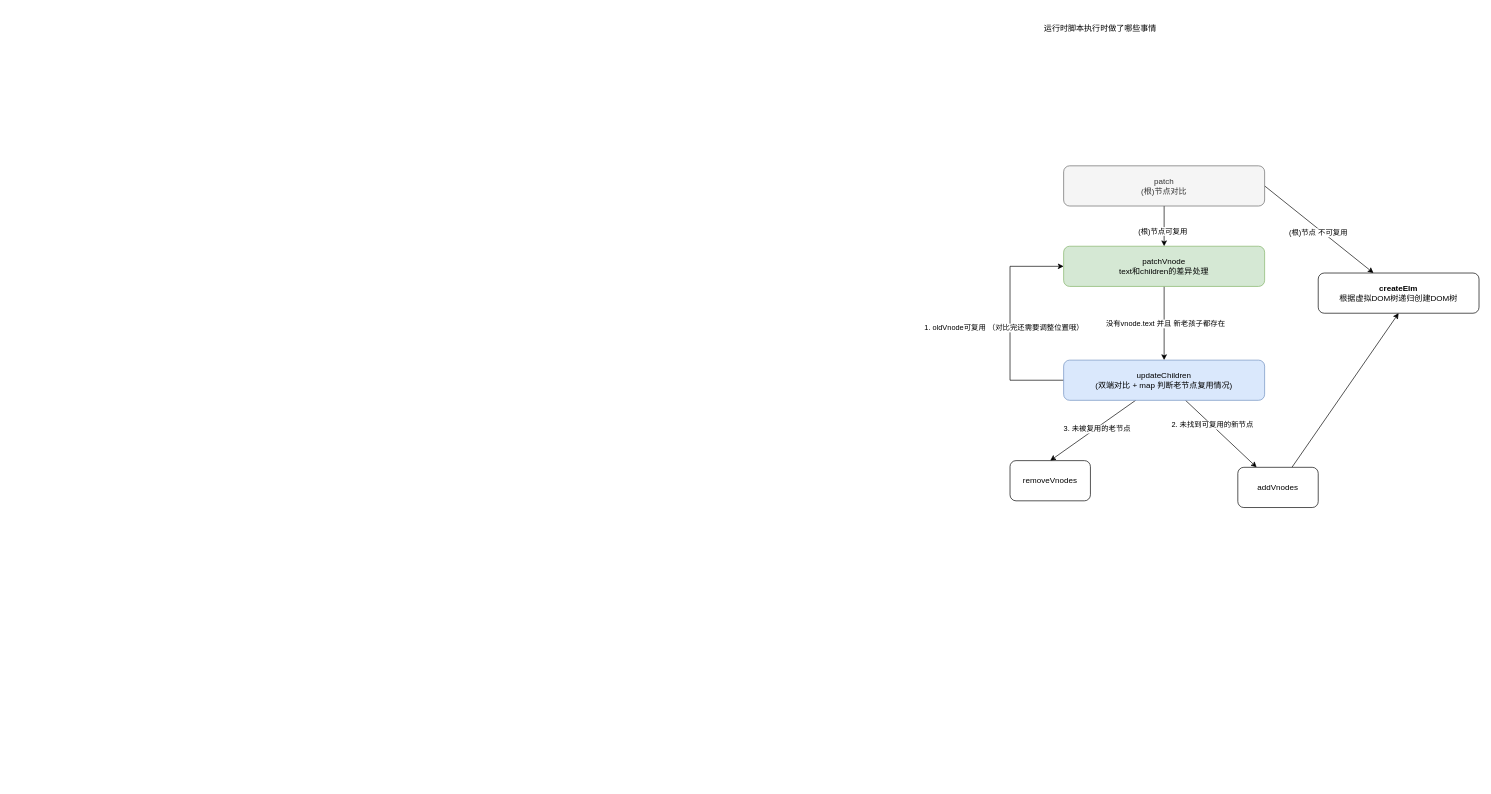
Before: drawio-graph/vue-2.6.11.drawio in yusongjohn/blog, a draw.io diagram. Source tidied: cells renumbered, new cells numbered last; positions are measured from the earlier drawing's top-left corner, leaving out a move shared by most shapes. Both pictures are drawn from the tidied source at 67%, with x=0, y=0 at pixel (1010, 11).
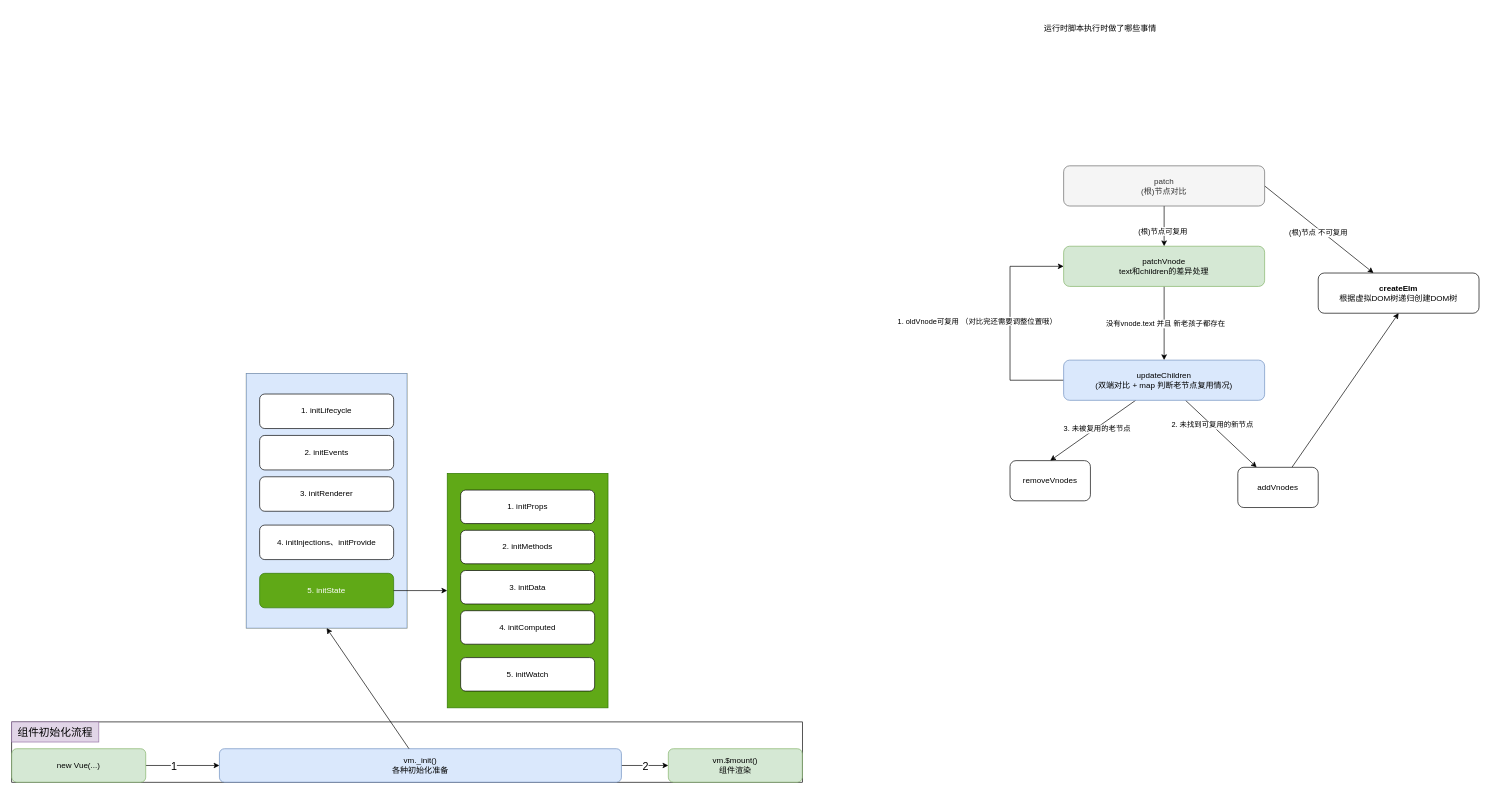
After the change.

The change refers to these unchanged cells:
```xml
<mxCell id="11" style="edgeStyle=orthogonalEdgeStyle;rounded=0;jettySize=auto;html=1;entryX=0;entryY=0.5;entryDx=0;entryDy=0;" parent="1" edge="1" source="17" target="10">
  <mxGeometry relative="1" as="geometry">
    <Array as="points">
      <mxPoint y="550" />
      <mxPoint y="380" />
    </Array>
  </mxGeometry>
</mxCell>
```

Change to the diagram source:
```diff
@@
+    <mxCell id="22" style="rounded=0;whiteSpace=wrap;html=1;labelBackgroundColor=none;fontSize=16;" parent="1" vertex="1">
+      <mxGeometry x="-1490" y="1060" width="1180" height="90" as="geometry" />
+    </mxCell>
@@
     <mxCell id="12" value="1. oldVnode可复用 （对比完还需要调整位置哦）" style="edgeLabel;html=1;align=center;verticalAlign=middle;" parent="11" vertex="1">
       <mxGeometry x="0.17" y="-2" relative="1" as="geometry">
-        <mxPoint x="-12" y="34" as="offset" />
+        <mxPoint x="-52" y="24" as="offset" />
       </mxGeometry>
     </mxCell>
@@
+    <mxCell id="23" style="group;fillColor=#fff2cc;strokeColor=#d6b656;" parent="1" vertex="1">
+      <mxGeometry x="-1140" y="540" width="240" height="380" as="geometry" />
+    </mxCell>
+    <mxCell id="24" style="rounded=0;whiteSpace=wrap;html=1;labelBackgroundColor=none;fontSize=16;fillColor=#dae8fc;strokeColor=#6c8ebf;" parent="1" vertex="1">
+      <mxGeometry x="-1140" y="540" width="240" height="380" as="geometry" />
+    </mxCell>
+    <mxCell id="25" value="1. initLifecycle" style="rounded=1;whiteSpace=wrap;html=1;" parent="1" vertex="1">
+      <mxGeometry x="-1120" y="570.6" width="200" height="51.5" as="geometry" />
+    </mxCell>
+    <mxCell id="26" value="2. initEvents" style="rounded=1;whiteSpace=wrap;html=1;" parent="1" vertex="1">
+      <mxGeometry x="-1120" y="632.4" width="200" height="51.5" as="geometry" />
+    </mxCell>
+    <mxCell id="27" value="3. initRenderer" style="rounded=1;whiteSpace=wrap;html=1;" parent="1" vertex="1">
+      <mxGeometry x="-1120" y="694.1" width="200" height="51.5" as="geometry" />
+    </mxCell>
+    <mxCell id="28" value="4. initInjections、initProvide" style="rounded=1;whiteSpace=wrap;html=1;" parent="1" vertex="1">
+      <mxGeometry x="-1120" y="766.2" width="200" height="51.5" as="geometry" />
+    </mxCell>
+    <mxCell id="29" value="5. initState" style="rounded=1;whiteSpace=wrap;html=1;fillColor=#60a917;fontColor=#ffffff;strokeColor=#2D7600;" parent="1" vertex="1">
+      <mxGeometry x="-1120" y="838.2" width="200" height="51.5" as="geometry" />
+    </mxCell>
+    <mxCell id="30" style="rounded=0;jettySize=auto;html=1;fontSize=16;" parent="1" edge="1" source="29" target="38">
+      <mxGeometry relative="1" as="geometry" />
+    </mxCell>
+    <mxCell id="31" style="edgeStyle=none;rounded=0;jettySize=auto;html=1;entryX=0;entryY=0.5;entryDx=0;entryDy=0;fontSize=16;" parent="1" edge="1" source="33" target="36">
+      <mxGeometry relative="1" as="geometry" />
+    </mxCell>
+    <mxCell id="32" value="1" style="edgeLabel;html=1;align=center;verticalAlign=middle;fontSize=16;" parent="31" vertex="1">
+      <mxGeometry x="-0.26" y="1" relative="1" as="geometry">
+        <mxPoint y="1" as="offset" />
+      </mxGeometry>
+    </mxCell>
+    <mxCell id="33" value="new Vue(...)" style="rounded=1;whiteSpace=wrap;html=1;fillColor=#d5e8d4;strokeColor=#82b366;" parent="1" vertex="1">
+      <mxGeometry x="-1490" y="1100" width="200" height="50" as="geometry" />
+    </mxCell>
+    <mxCell id="34" style="edgeStyle=none;rounded=0;jettySize=auto;html=1;entryX=0;entryY=0.5;entryDx=0;entryDy=0;fontSize=16;" parent="1" edge="1" source="36" target="44">
+      <mxGeometry relative="1" as="geometry" />
+    </mxCell>
+    <mxCell id="35" value="2" style="edgeLabel;html=1;align=center;verticalAlign=middle;fontSize=16;" parent="34" vertex="1">
+      <mxGeometry y="1" relative="1" as="geometry">
+        <mxPoint y="1" as="offset" />
+      </mxGeometry>
+    </mxCell>
+    <mxCell id="36" value="vm._init()&lt;br&gt;各种初始化准备" style="rounded=1;whiteSpace=wrap;html=1;fillColor=#dae8fc;strokeColor=#6c8ebf;" parent="1" vertex="1">
+      <mxGeometry x="-1180" y="1100" width="600" height="50" as="geometry" />
+    </mxCell>
+    <mxCell id="37" style="group;" parent="1" vertex="1">
+      <mxGeometry x="-840" y="689" width="240" height="350" as="geometry" />
+    </mxCell>
+    <mxCell id="38" style="rounded=0;whiteSpace=wrap;html=1;labelBackgroundColor=none;fontSize=16;fillColor=#60a917;strokeColor=#2D7600;fontColor=#ffffff;" parent="37" vertex="1">
+      <mxGeometry width="240" height="350" as="geometry" />
+    </mxCell>
+    <mxCell id="39" value="1. initProps" style="rounded=1;whiteSpace=wrap;html=1;" parent="37" vertex="1">
+      <mxGeometry x="20" y="25" width="200" height="50" as="geometry" />
+    </mxCell>
+    <mxCell id="40" value="2.&amp;nbsp;initMethods" style="rounded=1;whiteSpace=wrap;html=1;" parent="37" vertex="1">
+      <mxGeometry x="20" y="85" width="200" height="50" as="geometry" />
+    </mxCell>
+    <mxCell id="41" value="3.&amp;nbsp;initData" style="rounded=1;whiteSpace=wrap;html=1;" parent="37" vertex="1">
+      <mxGeometry x="20" y="145" width="200" height="50" as="geometry" />
+    </mxCell>
+    <mxCell id="42" value="4.&amp;nbsp;initComputed" style="rounded=1;whiteSpace=wrap;html=1;" parent="37" vertex="1">
+      <mxGeometry x="20" y="205" width="200" height="50" as="geometry" />
+    </mxCell>
+    <mxCell id="43" value="5.&amp;nbsp;initWatch" style="rounded=1;whiteSpace=wrap;html=1;" parent="37" vertex="1">
+      <mxGeometry x="20" y="275" width="200" height="50" as="geometry" />
+    </mxCell>
+    <mxCell id="44" value="vm.$mount()&lt;br&gt;组件渲染" style="rounded=1;whiteSpace=wrap;html=1;fillColor=#d5e8d4;strokeColor=#82b366;" parent="1" vertex="1">
+      <mxGeometry x="-510" y="1100" width="200" height="50" as="geometry" />
+    </mxCell>
+    <mxCell id="45" style="edgeStyle=none;rounded=0;jettySize=auto;html=1;entryX=0.5;entryY=1;entryDx=0;entryDy=0;fontSize=16;" parent="1" edge="1" source="36" target="24">
+      <mxGeometry relative="1" as="geometry" />
+    </mxCell>
+    <mxCell id="46" value="组件初始化流程" style="text;html=1;strokeColor=#9673a6;fillColor=#e1d5e7;align=center;verticalAlign=middle;whiteSpace=wrap;rounded=0;fontSize=16;" parent="1" vertex="1">
+      <mxGeometry x="-1490" y="1060" width="130" height="30" as="geometry" />
+    </mxCell>
```
